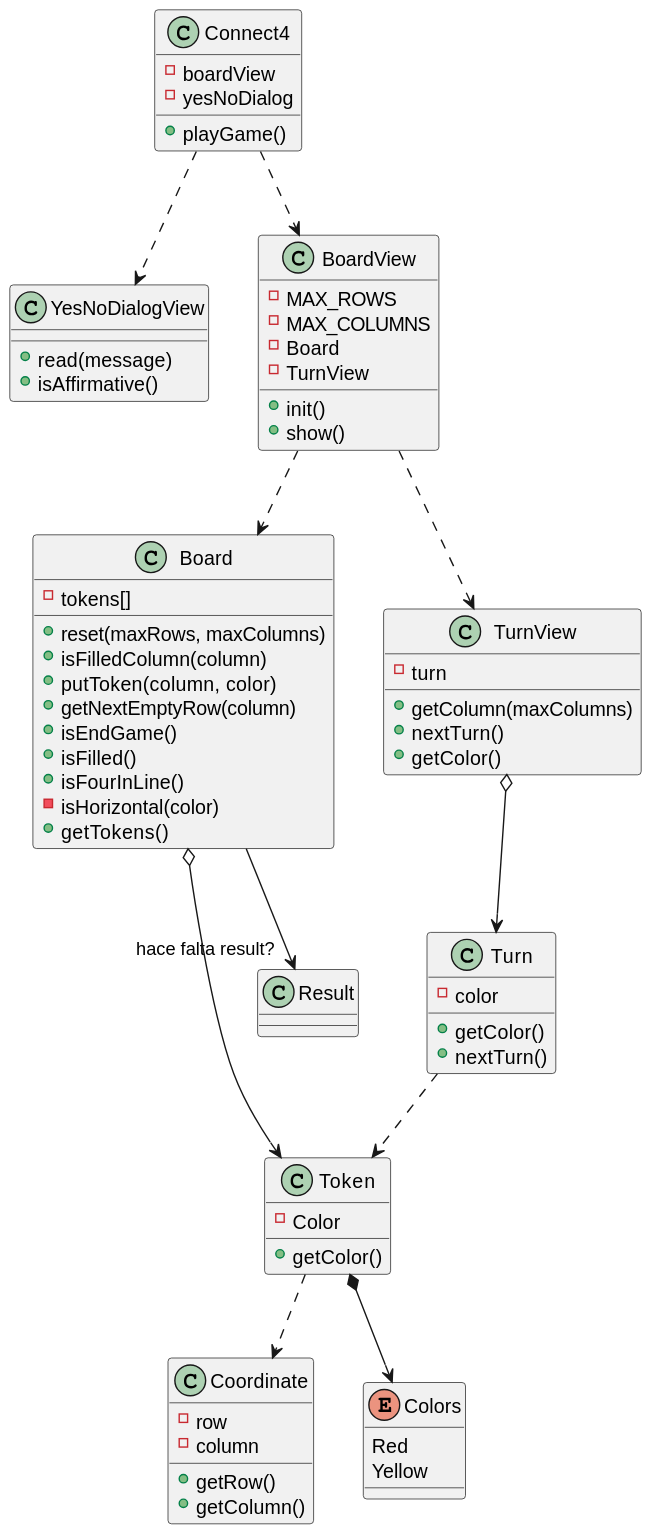
Above: out/UML/softwareModel/softwareModel.svg in jumpering/connect4 (PlantUML), before the change. The source it was exported from:
```plantuml
@startuml

class Connect4{
    - boardView
    - yesNoDialog
    + playGame()
}
class YesNoDialogView{
    + read(message)
    + isAffirmative()
}
class Board{
    - tokens[]
    + reset(maxRows, maxColumns)
    + isFilledColumn(column)
    + putToken(column, color)
    + getNextEmptyRow(column)
    + isEndGame()
    + isFilled()
    + isFourInLine()
    - isHorizontal(color)
    + getTokens()
}
class BoardView{
    - MAX_ROWS
    - MAX_COLUMNS
    - Board
    - TurnView
    + init()
    + show()
}
class Coordinate{
    - row
    - column
    + getRow()
    + getColumn()
}
class Token{
    - Color
    + getColor()
}
class TurnView{
    - turn
    + getColumn(maxColumns)
    + nextTurn()
    + getColor()
}

class Turn{
    - color
    + getColor()
    + nextTurn()
}

class Result

enum Colors{
Red
Yellow
}

Connect4 ..> BoardView
Connect4 ..> YesNoDialogView

BoardView ..> Board
BoardView ..> TurnView
TurnView o--> Turn
Board --> "hace falta result?" Result

Board o--> Token

Turn ..> Token


Token *--> Colors
Token ..> Coordinate
@enduml
```
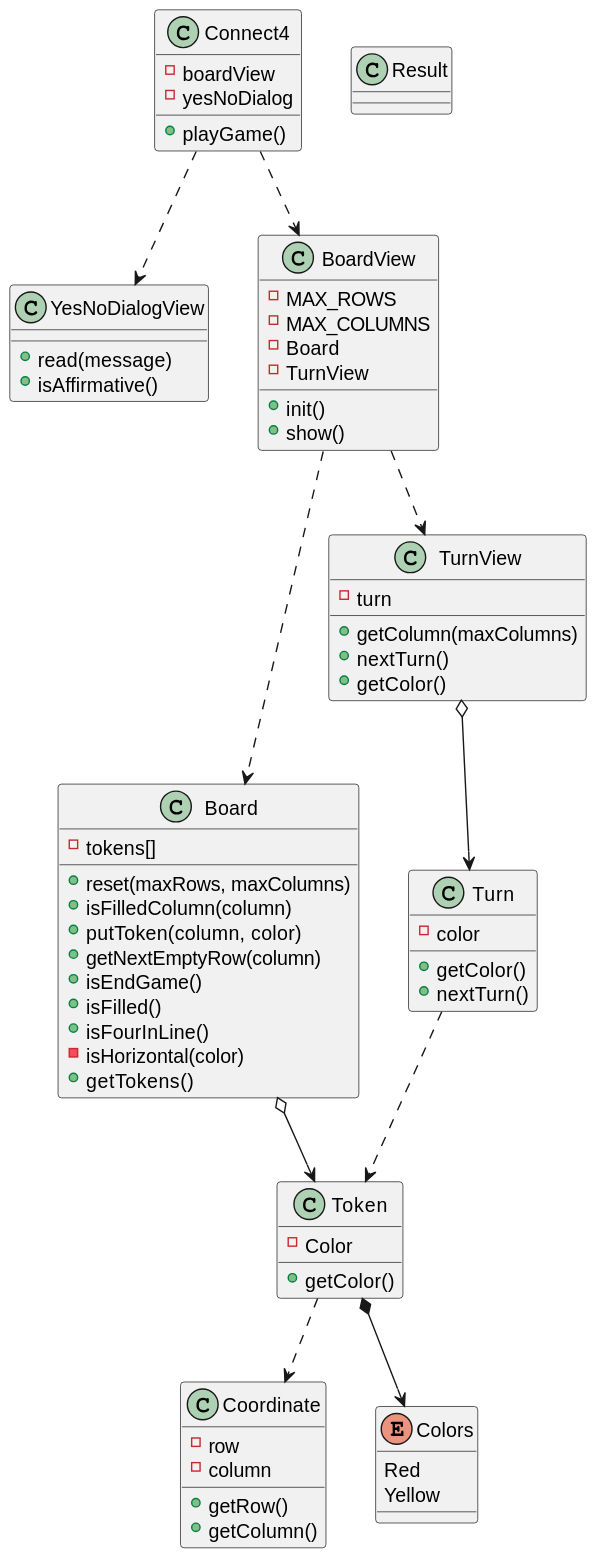
After the commit.

What changed in the source:
```diff
@@ -65,7 +65,6 @@
 BoardView ..> Board
 BoardView ..> TurnView
 TurnView o--> Turn
-Board --> "hace falta result?" Result
 
 Board o--> Token
 
```
